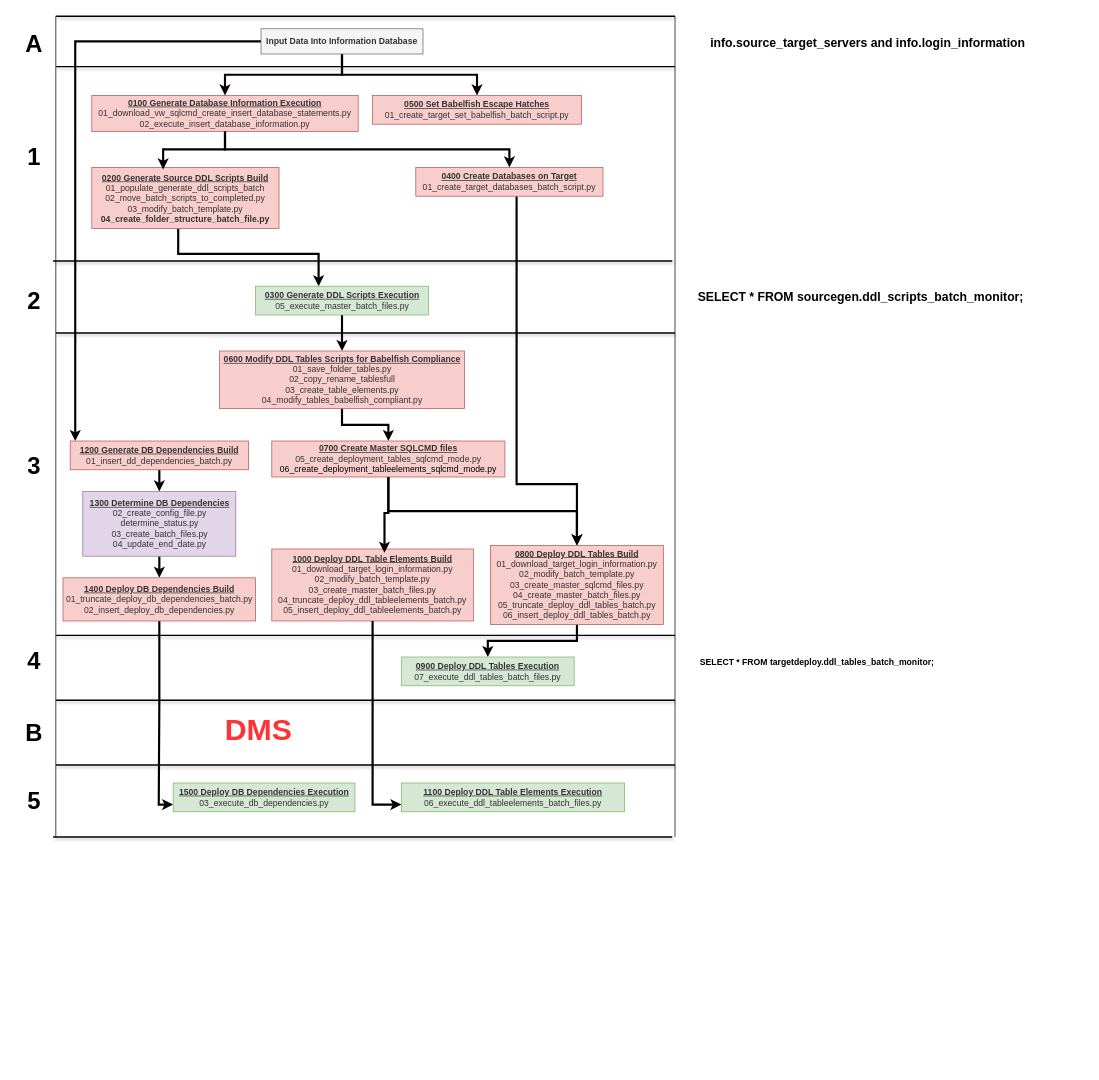
Earlier version of the draw.io diagram Babelfish Deployment Utility Alpha.drawio (smpetersgithub/draw-diagrams-depot). Source tidied: cells renumbered, new cells numbered last; positions are measured from the earlier drawing's top-left corner, leaving out a move shared by most shapes. Both pictures are drawn from the tidied source at 72%, with x=0, y=0 at pixel (12, 16).
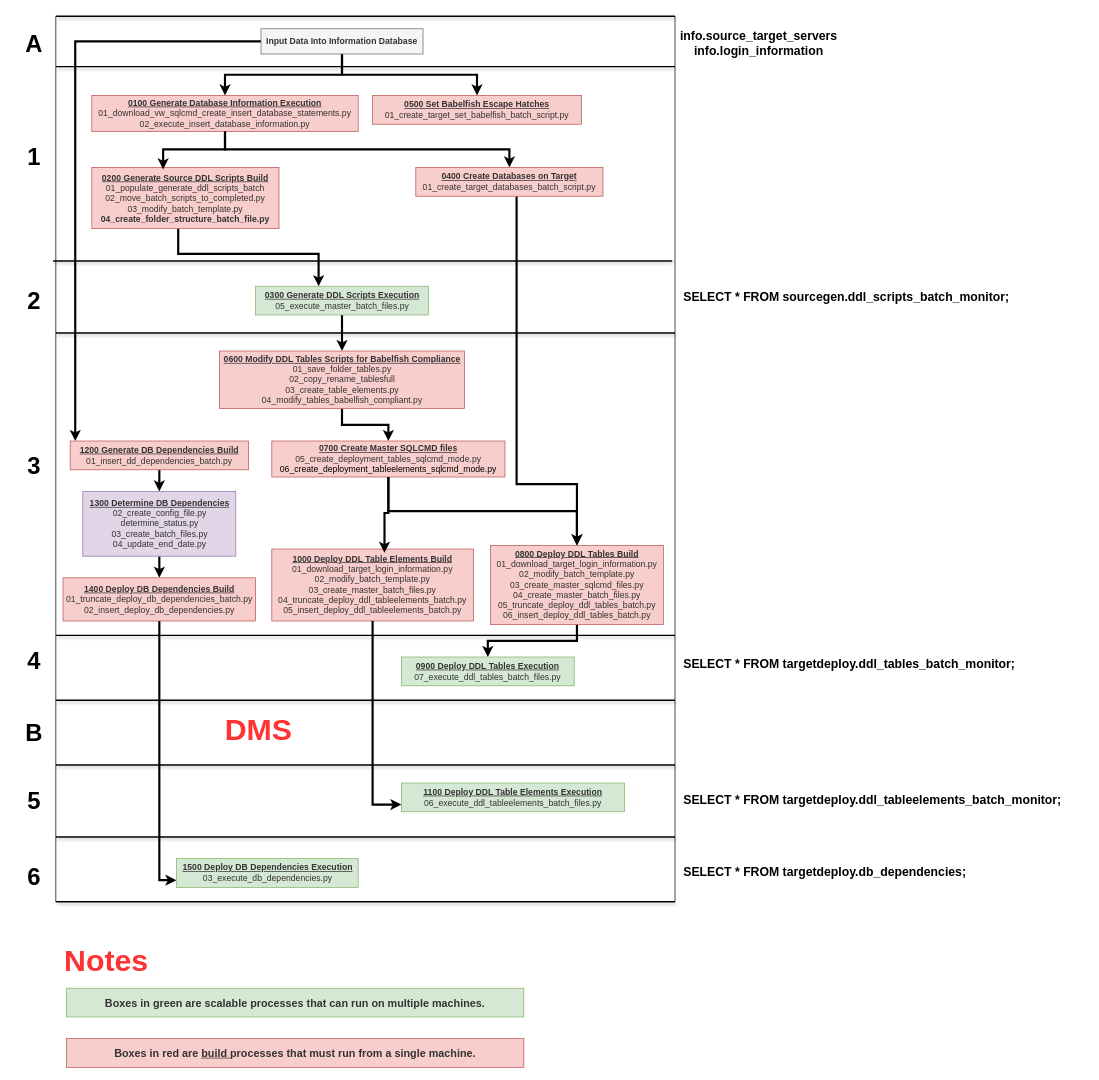
After the change.

Diff of the diagram source:
```diff
@@
     <mxCell id="28" value="&lt;span style=&quot;color: rgb(51, 51, 51);&quot;&gt;&lt;b&gt;&lt;u&gt;1500 Deploy DB Dependencies Execution&lt;/u&gt;&lt;/b&gt;&lt;/span&gt;&lt;div&gt;&lt;font color=&quot;#333333&quot;&gt;03_execute_db_dependencies.py&lt;/font&gt;&lt;br&gt;&lt;/div&gt;" style="rounded=0;whiteSpace=wrap;html=1;fillColor=#d5e8d4;strokeColor=#82b366;" parent="1" vertex="1">
-      <mxGeometry x="223" y="1065" width="252.5" height="40" as="geometry" />
+      <mxGeometry x="227.5" y="1170" width="252.5" height="40" as="geometry" />
     </mxCell>
@@
     <mxCell id="42" style="endArrow=none;html=1;rounded=0;" parent="1" edge="1">
       <mxGeometry relative="1" as="geometry">
-        <mxPoint x="60" y="1140" as="sourcePoint" />
+        <mxPoint x="60" y="1230" as="sourcePoint" />
         <mxPoint x="60" as="targetPoint" />
       </mxGeometry>
     </mxCell>
@@
     <mxCell id="48" style="endArrow=none;html=1;rounded=0;strokeWidth=2;shadow=1;" parent="1" edge="1">
       <mxGeometry relative="1" as="geometry">
-        <mxPoint x="56.2" y="1140" as="sourcePoint" />
-        <mxPoint x="916.2" y="1140" as="targetPoint" />
+        <mxPoint x="60" y="1140" as="sourcePoint" />
+        <mxPoint x="920" y="1140" as="targetPoint" />
       </mxGeometry>
     </mxCell>
@@
     <mxCell id="50" style="endArrow=none;html=1;rounded=0;" parent="1" edge="1">
       <mxGeometry relative="1" as="geometry">
-        <mxPoint x="920" y="1140" as="sourcePoint" />
+        <mxPoint x="920" y="1230" as="sourcePoint" />
         <mxPoint x="920" as="targetPoint" />
       </mxGeometry>
     </mxCell>
@@
     <mxCell id="52" value="SELECT * FROM sourcegen.ddl_scripts_batch_monitor;" style="text;whiteSpace=wrap;fontStyle=1;fontSize=17;" parent="1" vertex="1">
-      <mxGeometry x="950" y="374" width="543" height="36" as="geometry" />
+      <mxGeometry x="930" y="374" width="543" height="36" as="geometry" />
     </mxCell>
-    <mxCell id="53" value="SELECT * FROM targetdeploy.ddl_tables_batch_monitor;" style="text;whiteSpace=wrap;fontStyle=1;" parent="1" vertex="1">
-      <mxGeometry x="953" y="884" width="334" height="36" as="geometry" />
+    <mxCell id="53" value="SELECT * FROM targetdeploy.ddl_tables_batch_monitor;" style="text;whiteSpace=wrap;fontStyle=1;fontSize=17;" parent="1" vertex="1">
+      <mxGeometry x="930" y="884" width="467" height="36" as="geometry" />
     </mxCell>
-    <mxCell id="54" value="&lt;b&gt;&lt;font style=&quot;font-size: 17px;&quot;&gt;info.source_target_servers and info.login_information&lt;/font&gt;&lt;/b&gt;" style="text;html=1;align=center;verticalAlign=middle;whiteSpace=wrap;rounded=0;" parent="1" vertex="1">
-      <mxGeometry x="953" y="22.5" width="470" height="30" as="geometry" />
+    <mxCell id="54" value="&lt;b&gt;&lt;font style=&quot;font-size: 17px;&quot;&gt;info.source_target_servers&lt;/font&gt;&lt;/b&gt;&lt;div&gt;&lt;b&gt;&lt;font style=&quot;font-size: 17px;&quot;&gt;info.login_information&lt;/font&gt;&lt;/b&gt;&lt;/div&gt;" style="text;html=1;align=center;verticalAlign=middle;whiteSpace=wrap;rounded=0;" parent="1" vertex="1">
+      <mxGeometry x="930" y="22.5" width="213" height="30" as="geometry" />
     </mxCell>
+    <mxCell id="55" style="endArrow=none;html=1;rounded=0;strokeWidth=2;shadow=1;" parent="1" edge="1">
+      <mxGeometry relative="1" as="geometry">
+        <mxPoint x="60" y="1230" as="sourcePoint" />
+        <mxPoint x="920" y="1230" as="targetPoint" />
+      </mxGeometry>
+    </mxCell>
+    <mxCell id="56" value="&lt;font style=&quot;font-size: 33px;&quot;&gt;&lt;b&gt;6&lt;/b&gt;&lt;/font&gt;" style="text;html=1;align=center;verticalAlign=middle;whiteSpace=wrap;rounded=0;" parent="1" vertex="1">
+      <mxGeometry y="1180" width="60" height="30" as="geometry" />
+    </mxCell>
+    <mxCell id="57" value="SELECT * FROM targetdeploy.ddl_tableelements_batch_monitor;" style="text;whiteSpace=wrap;fontStyle=1;fontSize=17;" parent="1" vertex="1">
+      <mxGeometry x="930" y="1072" width="550" height="36" as="geometry" />
+    </mxCell>
+    <mxCell id="58" value="SELECT * FROM targetdeploy.db_dependencies;" style="text;whiteSpace=wrap;fontStyle=1;fontSize=17;" parent="1" vertex="1">
+      <mxGeometry x="930" y="1172" width="467" height="36" as="geometry" />
+    </mxCell>
+    <mxCell id="59" value="&lt;div&gt;&lt;font size=&quot;1&quot; color=&quot;#333333&quot;&gt;&lt;b style=&quot;font-size: 15px;&quot;&gt;Boxes in green are scalable processes that can run on multiple machines.&lt;/b&gt;&lt;/font&gt;&lt;/div&gt;" style="rounded=0;whiteSpace=wrap;html=1;fillColor=#d5e8d4;strokeColor=#82b366;" parent="1" vertex="1">
+      <mxGeometry x="75" y="1350" width="635" height="40" as="geometry" />
+    </mxCell>
+    <mxCell id="60" value="&lt;h1 style=&quot;margin-top: 0px;&quot;&gt;&lt;font style=&quot;font-size: 42px;&quot; color=&quot;#ff3333&quot;&gt;Notes&lt;/font&gt;&lt;/h1&gt;" style="text;html=1;whiteSpace=wrap;overflow=hidden;rounded=0;" parent="1" vertex="1">
+      <mxGeometry x="70" y="1280" width="120" height="50" as="geometry" />
+    </mxCell>
+    <mxCell id="61" value="&lt;div&gt;&lt;font size=&quot;1&quot; color=&quot;#333333&quot;&gt;&lt;b style=&quot;font-size: 15px;&quot;&gt;Boxes in red are &lt;u&gt;build &lt;/u&gt;processes that must run from a single machine.&lt;/b&gt;&lt;/font&gt;&lt;/div&gt;" style="rounded=0;whiteSpace=wrap;html=1;fillColor=#f8cecc;strokeColor=#b85450;" parent="1" vertex="1">
+      <mxGeometry x="75" y="1420" width="635" height="40" as="geometry" />
+    </mxCell>
```
